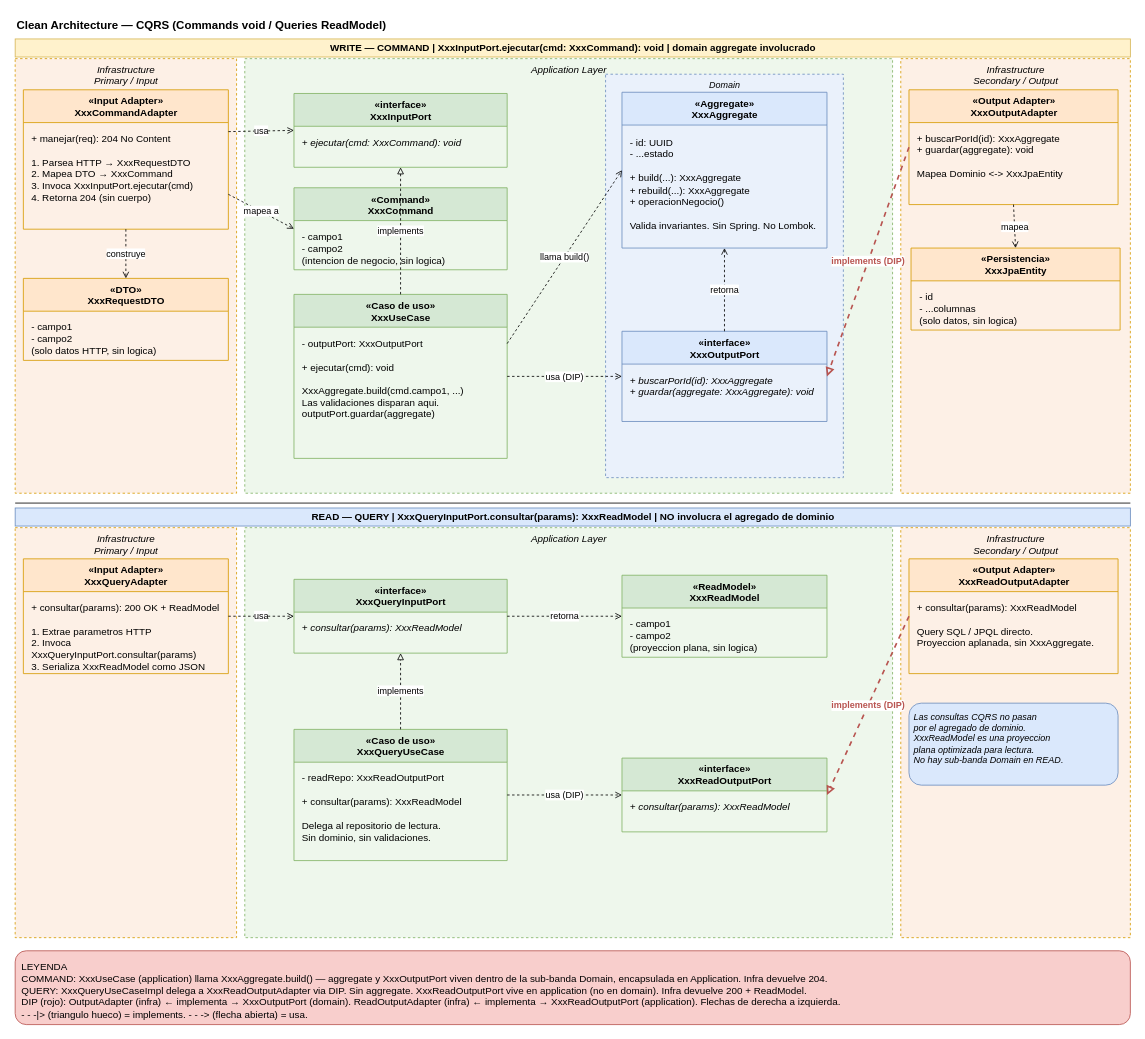
Above: docs/clean-architecture-clases-plantilla.drawio in arquisoft-uco/arquisoft-backend (draw.io), before the change. Source tidied: cells renumbered, new cells numbered last; positions are measured from the earlier drawing's top-left corner, leaving out a move shared by most shapes. Both pictures are drawn from the tidied source at 82%, with x=0, y=0 at pixel (15, 14).
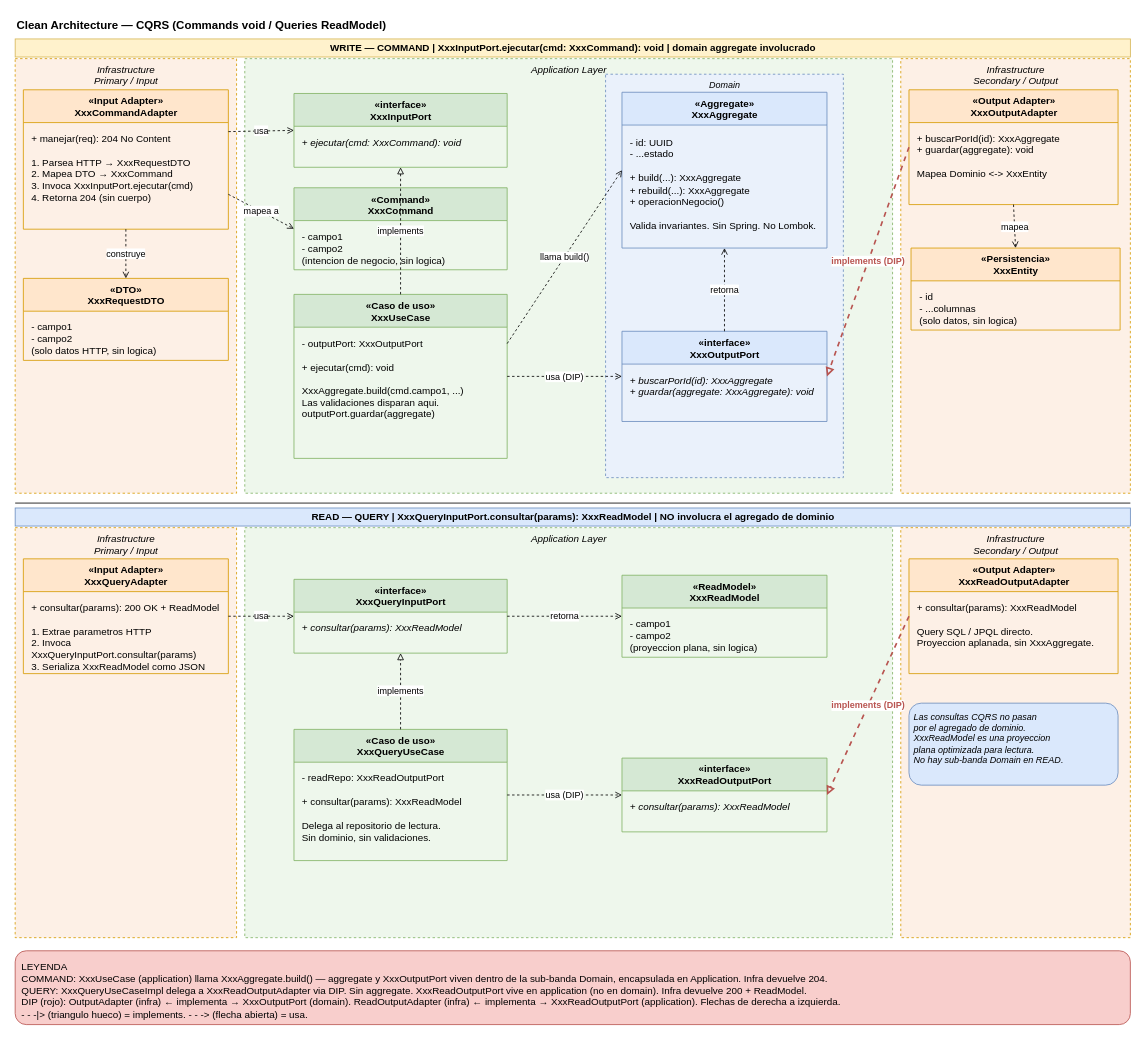
The same page after the edit.

The change refers to these unchanged cells:
```xml
<mxCell id="22" value="«Output Adapter»&#10;XxxOutputAdapter" style="swimlane;html=1;fontStyle=1;align=center;verticalAlign=top;startSize=40;rounded=0;fillColor=#ffe6cc;strokeColor=#d79b00;" parent="1" vertex="1">
  <mxGeometry x="1090" y="92" width="255" height="140" as="geometry" />
</mxCell>
```

Change to the diagram source:
```diff
@@
-    <mxCell id="23" value="+ buscarPorId(id): XxxAggregate&#10;+ guardar(aggregate): void&#10;&#10;Mapea Dominio &lt;-&gt; XxxJpaEntity" style="text;html=1;align=left;verticalAlign=top;spacingLeft=8;spacingTop=6;spacingRight=6;whiteSpace=wrap;" parent="22" vertex="1">
+    <mxCell id="23" value="+ buscarPorId(id): XxxAggregate&#10;+ guardar(aggregate): void&#10;&#10;Mapea Dominio &lt;-&gt; XxxEntity" style="text;html=1;align=left;verticalAlign=top;spacingLeft=8;spacingTop=6;spacingRight=6;whiteSpace=wrap;" parent="22" vertex="1">
       <mxGeometry y="40" width="255" height="100" as="geometry" />
     </mxCell>
-    <mxCell id="24" value="«Persistencia»&#10;XxxJpaEntity" style="swimlane;html=1;fontStyle=1;align=center;verticalAlign=top;startSize=40;rounded=0;fillColor=#ffe6cc;strokeColor=#d79b00;" parent="1" vertex="1">
+    <mxCell id="24" value="«Persistencia»&#10;XxxEntity" style="swimlane;html=1;fontStyle=1;align=center;verticalAlign=top;startSize=40;rounded=0;fillColor=#ffe6cc;strokeColor=#d79b00;" parent="1" vertex="1">
       <mxGeometry x="1092.5" y="285" width="255" height="100" as="geometry" />
     </mxCell>
```
